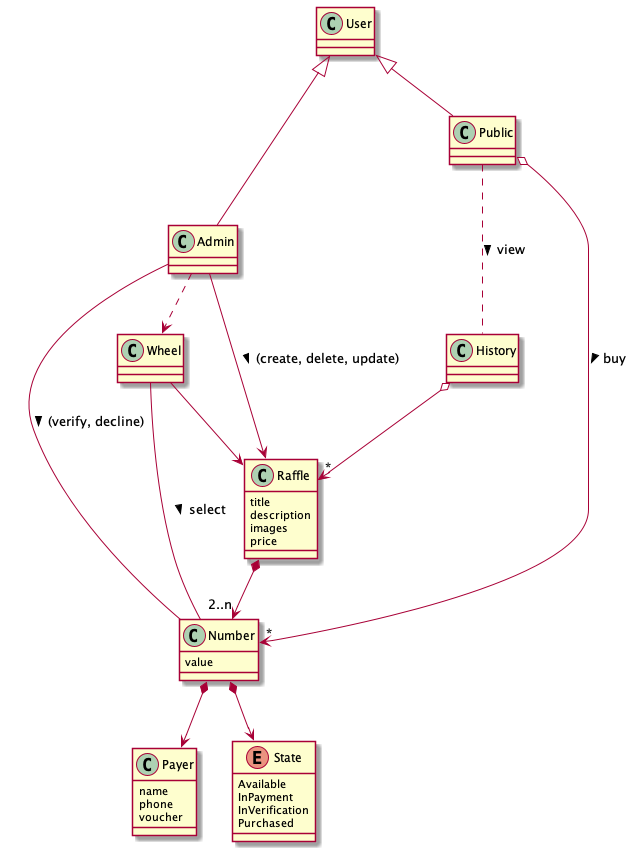
Earlier version of the PlantUML export out/docs/DomainModel/index/DomainModel.png (marcos-velasquez/raffle).
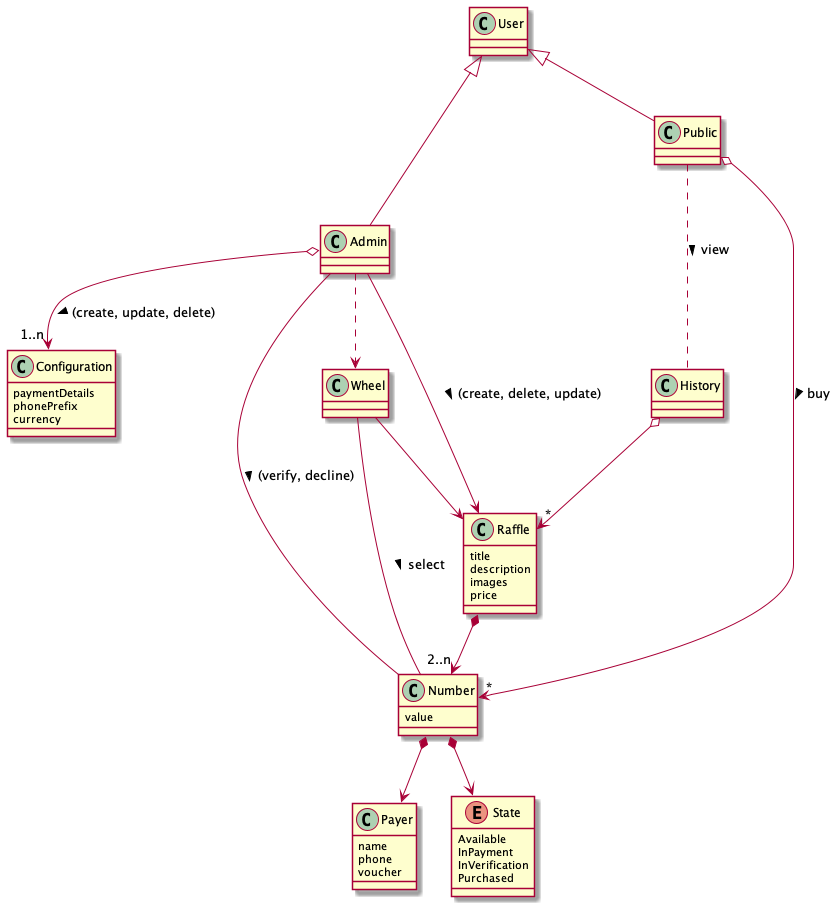
Later version of the same file.

Commit message:
feat: add system configuration management for payment details, phone prefix and currency

Diff of the diagram source:
```diff
@@ -8,6 +8,13 @@
 Admin -down-> Raffle : "(create, delete, update) >"
 Admin -down- Number: "(verify, decline) >"
 Admin ..> Wheel
+Admin o-down-> "1..n" Configuration : "(create, update, delete) >"
+
+class Configuration {
+    paymentDetails
+    phonePrefix
+    currency
+}
 
 class Public {}
 Public o-down-> "*" Number : "buy >"
```
